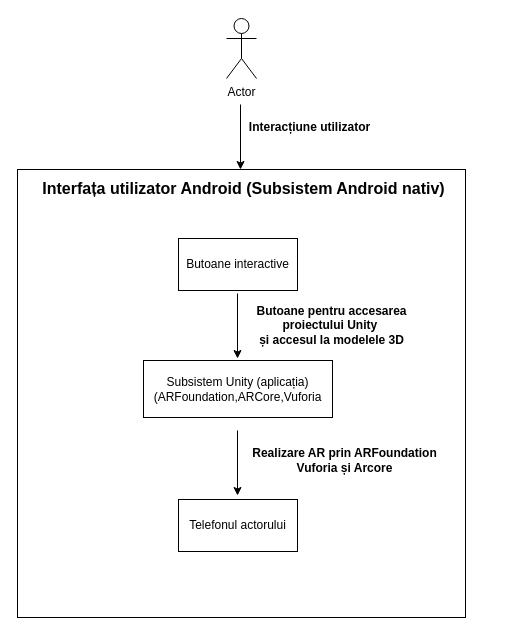
Above: Untitled Diagram.drawio in Momoi2309/3dmodels (draw.io), before the change. Source tidied: cells renumbered, new cells numbered last; positions are measured from the earlier drawing's top-left corner, leaving out a move shared by most shapes. Both pictures are drawn from the tidied source at 100%, with x=0, y=0 at pixel (17, 18).
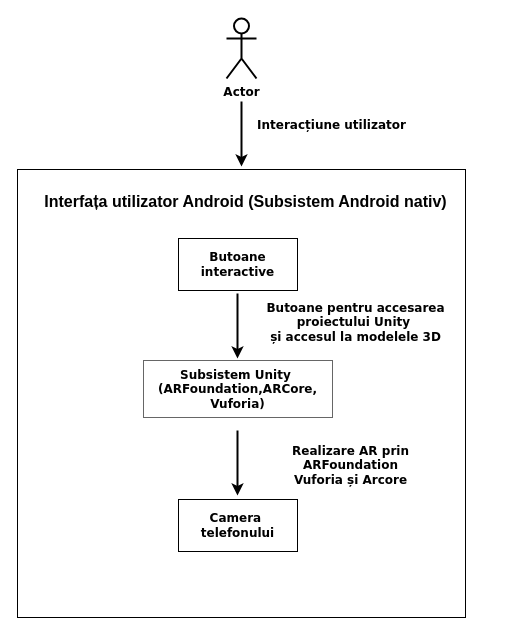
The same page after the edit.

Diff of the diagram source:
```diff
@@
-<mxGraphModel>
+<mxGraphModel background="#ffffff">
   <root>
     <mxCell id="0" />
     <mxCell id="1" parent="0" />
-    <mxCell id="2" style="whiteSpace=wrap;html=1;fontSize=10;" parent="1" vertex="1">
+    <mxCell id="2" style="whiteSpace=wrap;html=1;fontSize=10;labelBorderColor=none;" parent="1" vertex="1">
       <mxGeometry y="151" width="448" height="448" as="geometry" />
     </mxCell>
-    <mxCell id="3" value="Actor" style="shape=umlActor;verticalLabelPosition=bottom;verticalAlign=top;html=1;" parent="1" vertex="1">
+    <mxCell id="3" value="Actor" style="shape=umlActor;verticalLabelPosition=bottom;verticalAlign=top;html=1;strokeColor=#000000;fontStyle=1;fontFamily=Verdana;fontColor=#000000;strokeWidth=2;" parent="1" vertex="1">
       <mxGeometry x="209" width="30" height="60" as="geometry" />
     </mxCell>
-    <mxCell id="4" value="Butoane interactive" style="rounded=0;whiteSpace=wrap;html=1;" parent="1" vertex="1">
+    <mxCell id="4" value="Butoane interactive" style="rounded=0;whiteSpace=wrap;html=1;fontStyle=1;fontFamily=Verdana;labelBackgroundColor=default;" parent="1" vertex="1">
       <mxGeometry x="161" y="220" width="119" height="52" as="geometry" />
     </mxCell>
-    <mxCell id="5" style="endArrow=classic;html=1;rounded=0;" parent="1" edge="1">
+    <mxCell id="5" style="endArrow=classic;html=1;rounded=0;fontColor=#000000;strokeColor=#000000;strokeWidth=2;" parent="1" edge="1">
       <mxGeometry relative="1" as="geometry">
-        <mxPoint x="223" y="86" as="sourcePoint" />
-        <mxPoint x="223" y="151" as="targetPoint" />
+        <mxPoint x="224" y="83" as="sourcePoint" />
+        <mxPoint x="224" y="148" as="targetPoint" />
       </mxGeometry>
     </mxCell>
-    <mxCell id="6" value="Subsistem Unity (aplicația)&lt;br&gt;(ARFoundation,ARCore,Vuforia" style="rounded=0;whiteSpace=wrap;html=1;" parent="1" vertex="1">
+    <mxCell id="6" value="Subsistem Unity&amp;nbsp;&lt;br&gt;(ARFoundation,ARCore,&lt;br&gt;Vuforia)" style="rounded=0;whiteSpace=wrap;html=1;fontFamily=Verdana;fontStyle=1;opacity=60;" parent="1" vertex="1">
       <mxGeometry x="126" y="342" width="189" height="57" as="geometry" />
     </mxCell>
-    <mxCell id="7" value="Telefonul actorului" style="rounded=0;whiteSpace=wrap;html=1;" parent="1" vertex="1">
+    <mxCell id="7" value="Camera&amp;nbsp;&lt;br&gt;telefonului" style="rounded=0;whiteSpace=wrap;html=1;fontStyle=1;fontFamily=Verdana;" parent="1" vertex="1">
       <mxGeometry x="161" y="481" width="119" height="52" as="geometry" />
     </mxCell>
-    <mxCell id="8" style="endArrow=classic;html=1;rounded=0;" parent="1" edge="1">
+    <mxCell id="8" style="endArrow=classic;html=1;rounded=0;strokeWidth=2;" parent="1" edge="1">
       <mxGeometry relative="1" as="geometry">
         <mxPoint x="220" y="275" as="sourcePoint" />
         <mxPoint x="220" y="340" as="targetPoint" />
       </mxGeometry>
     </mxCell>
-    <mxCell id="9" style="endArrow=classic;html=1;rounded=0;" parent="1" edge="1">
+    <mxCell id="9" style="endArrow=classic;html=1;rounded=0;strokeWidth=2;" parent="1" edge="1">
       <mxGeometry relative="1" as="geometry">
         <mxPoint x="220" y="412" as="sourcePoint" />
         <mxPoint x="220" y="477" as="targetPoint" />
       </mxGeometry>
     </mxCell>
     <mxCell id="10" value="&lt;font style=&quot;font-size: 16px;&quot;&gt;Interfața utilizator Android (Subsistem Android nativ)&lt;/font&gt;" style="text;strokeColor=none;fillColor=none;html=1;fontSize=18;fontStyle=1;verticalAlign=middle;align=center;" parent="1" vertex="1">
-      <mxGeometry x="188" y="158" width="76" height="23" as="geometry" />
+      <mxGeometry x="190" y="171" width="76" height="23" as="geometry" />
     </mxCell>
-    <mxCell id="11" value="Interacțiune utilizator" style="text;strokeColor=none;fillColor=none;html=1;fontSize=12;fontStyle=1;verticalAlign=middle;align=center;" parent="1" vertex="1">
-      <mxGeometry x="259" y="98" width="66" height="21" as="geometry" />
+    <mxCell id="11" value="Interacțiune utilizator" style="text;strokeColor=none;fillColor=none;html=1;fontSize=12;fontStyle=1;verticalAlign=middle;align=center;fontFamily=Verdana;fontColor=#000000;" parent="1" vertex="1">
+      <mxGeometry x="281" y="96" width="66" height="21" as="geometry" />
     </mxCell>
-    <mxCell id="12" value="Butoane pentru accesarea &lt;br style=&quot;font-size: 12px;&quot;&gt;proiectului Unity&amp;nbsp;&lt;br style=&quot;font-size: 12px;&quot;&gt;și accesul la modelele 3D" style="text;strokeColor=none;fillColor=none;html=1;fontSize=12;fontStyle=1;verticalAlign=middle;align=center;" parent="1" vertex="1">
-      <mxGeometry x="180" y="293" width="268" height="28" as="geometry" />
+    <mxCell id="12" value="Butoane pentru accesarea &lt;br style=&quot;font-size: 12px;&quot;&gt;proiectului Unity&amp;nbsp;&lt;br style=&quot;font-size: 12px;&quot;&gt;și accesul la modelele 3D" style="text;strokeColor=none;fillColor=none;html=1;fontSize=12;fontStyle=1;verticalAlign=middle;align=center;fontFamily=Verdana;" parent="1" vertex="1">
+      <mxGeometry x="204" y="290" width="268" height="28" as="geometry" />
     </mxCell>
-    <mxCell id="13" value="Realizare AR prin ARFoundation&lt;br&gt;Vuforia și Arcore" style="text;strokeColor=none;fillColor=none;html=1;fontSize=12;fontStyle=1;verticalAlign=middle;align=center;" parent="1" vertex="1">
-      <mxGeometry x="294" y="431" width="66" height="21" as="geometry" />
+    <mxCell id="13" value="Realizare AR prin &lt;br&gt;ARFoundation&lt;br&gt;Vuforia și Arcore" style="text;strokeColor=none;fillColor=none;html=1;fontSize=12;fontStyle=1;verticalAlign=middle;align=center;fontFamily=Verdana;" parent="1" vertex="1">
+      <mxGeometry x="303" y="434" width="59" height="26" as="geometry" />
     </mxCell>
   </root>
 </mxGraphModel>
```
